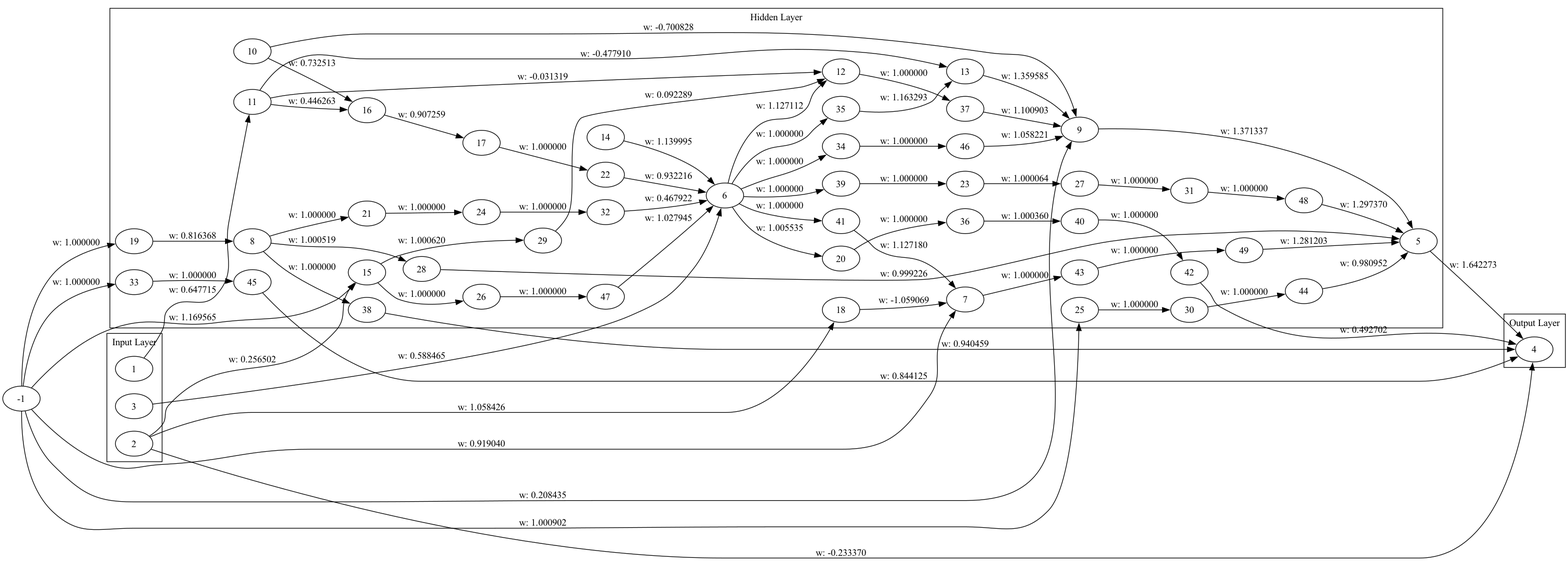
Before: genome_graph.png, a diagram exported from Graphviz (malikAkurtz/TradingSystem). Its source is kept beside it as genome_graph.dot.
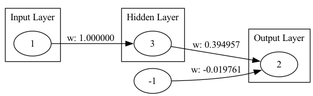
Later version of the same file.

Change to the diagram source:
```diff
@@ -3,126 +3,16 @@
   subgraph cluster_0 {
     label="Input Layer";
     1;
-    2;
-    3;
   }
   subgraph cluster_1 {
     label="Hidden Layer";
-    5;
-    6;
-    7;
-    8;
-    9;
-    10;
-    11;
-    12;
-    13;
-    14;
-    15;
-    16;
-    17;
-    18;
-    19;
-    20;
-    21;
-    22;
-    23;
-    24;
-    25;
-    26;
-    27;
-    28;
-    29;
-    30;
-    31;
-    32;
-    33;
-    34;
-    35;
-    36;
-    37;
-    38;
-    39;
-    40;
-    41;
-    42;
-    43;
-    44;
-    45;
-    46;
-    47;
-    48;
-    49;
+    3;
   }
   subgraph cluster_2 {
     label="Output Layer";
-    4;
+    2;
   }
-  2 -> 4 [label="w: -0.233370"];
-  5 -> 4 [label="w: 1.642273"];
-  3 -> 6 [label="w: 0.588465"];
-  -1 -> 7 [label="w: 0.919040"];
-  9 -> 5 [label="w: 1.371337"];
-  1 -> 11 [label="w: 0.647715"];
-  -1 -> 9 [label="w: 0.208435"];
-  6 -> 12 [label="w: 1.127112"];
-  13 -> 9 [label="w: 1.359585"];
-  10 -> 9 [label="w: -0.700828"];
-  14 -> 6 [label="w: 1.139995"];
-  11 -> 13 [label="w: -0.477910"];
-  -1 -> 15 [label="w: 1.169565"];
-  11 -> 16 [label="w: 0.446263"];
-  2 -> 15 [label="w: 0.256502"];
-  16 -> 17 [label="w: 0.907259"];
-  2 -> 18 [label="w: 1.058426"];
-  18 -> 7 [label="w: -1.059069"];
-  -1 -> 19 [label="w: 1.000000"];
-  19 -> 8 [label="w: 0.816368"];
-  11 -> 12 [label="w: -0.031319"];
-  6 -> 20 [label="w: 1.005535"];
-  8 -> 21 [label="w: 1.000000"];
-  17 -> 22 [label="w: 1.000000"];
-  22 -> 6 [label="w: 0.932216"];
-  21 -> 24 [label="w: 1.000000"];
-  -1 -> 25 [label="w: 1.000902"];
-  15 -> 26 [label="w: 1.000000"];
-  23 -> 27 [label="w: 1.000064"];
-  8 -> 28 [label="w: 1.000519"];
-  28 -> 5 [label="w: 0.999226"];
-  15 -> 29 [label="w: 1.000620"];
-  29 -> 12 [label="w: 0.092289"];
-  25 -> 30 [label="w: 1.000000"];
-  27 -> 31 [label="w: 1.000000"];
-  24 -> 32 [label="w: 1.000000"];
-  32 -> 6 [label="w: 0.467922"];
-  -1 -> 33 [label="w: 1.000000"];
-  6 -> 34 [label="w: 1.000000"];
-  6 -> 35 [label="w: 1.000000"];
-  35 -> 13 [label="w: 1.163293"];
-  20 -> 36 [label="w: 1.000000"];
-  12 -> 37 [label="w: 1.000000"];
-  37 -> 9 [label="w: 1.100903"];
-  8 -> 38 [label="w: 1.000000"];
-  38 -> 4 [label="w: 0.940459"];
-  10 -> 16 [label="w: 0.732513"];
-  6 -> 39 [label="w: 1.000000"];
-  39 -> 23 [label="w: 1.000000"];
-  36 -> 40 [label="w: 1.000360"];
-  6 -> 41 [label="w: 1.000000"];
-  41 -> 7 [label="w: 1.127180"];
-  40 -> 42 [label="w: 1.000000"];
-  42 -> 4 [label="w: 0.492702"];
-  7 -> 43 [label="w: 1.000000"];
-  30 -> 44 [label="w: 1.000000"];
-  44 -> 5 [label="w: 0.980952"];
-  33 -> 45 [label="w: 1.000000"];
-  45 -> 4 [label="w: 0.844125"];
-  34 -> 46 [label="w: 1.000000"];
-  46 -> 9 [label="w: 1.058221"];
-  26 -> 47 [label="w: 1.000000"];
-  47 -> 6 [label="w: 1.027945"];
-  31 -> 48 [label="w: 1.000000"];
-  48 -> 5 [label="w: 1.297370"];
-  43 -> 49 [label="w: 1.000000"];
-  49 -> 5 [label="w: 1.281203"];
+  -1 -> 2 [label="w: -0.019761"];
+  1 -> 3 [label="w: 1.000000"];
+  3 -> 2 [label="w: 0.394957"];
 }
```
